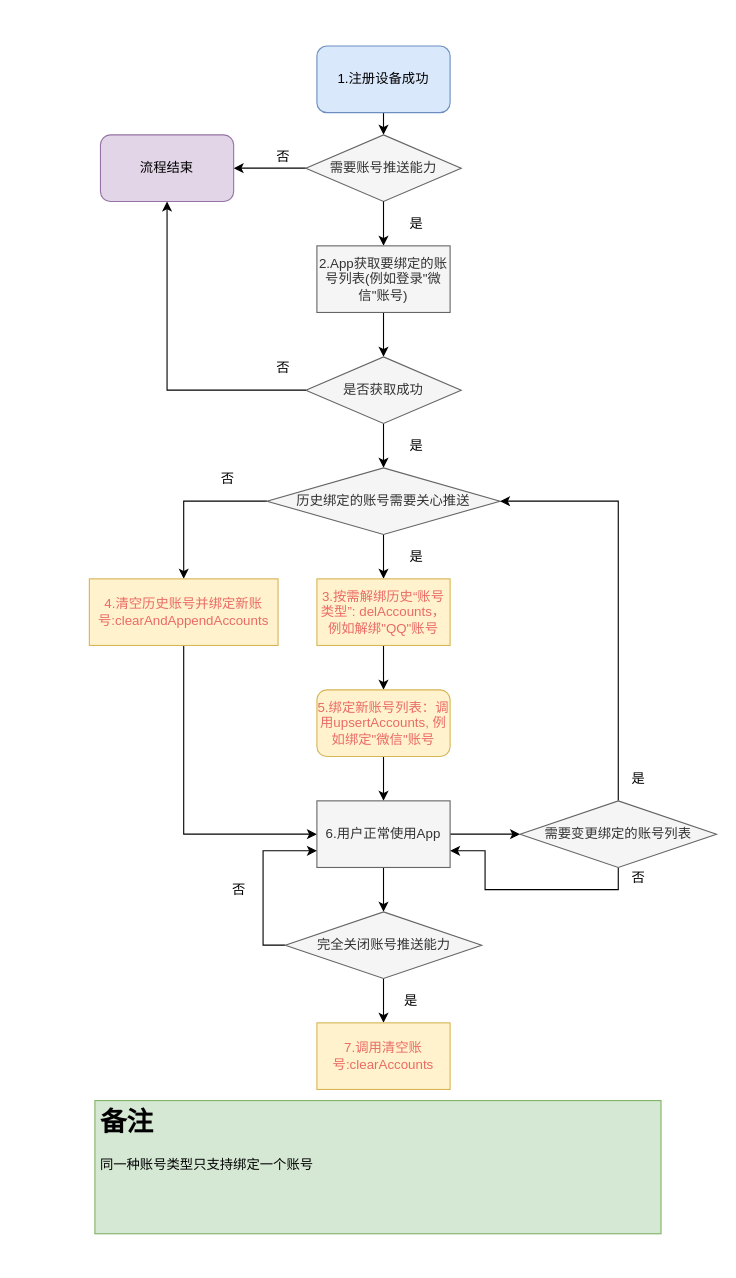
Before: account.drawio in muyanbiao/tpnsFlowChart, a draw.io diagram. Source tidied: cells renumbered, new cells numbered last; positions are measured from the earlier drawing's top-left corner, leaving out a move shared by most shapes. Both pictures are drawn from the tidied source at 111%, with x=0, y=0 at pixel (89, 46).
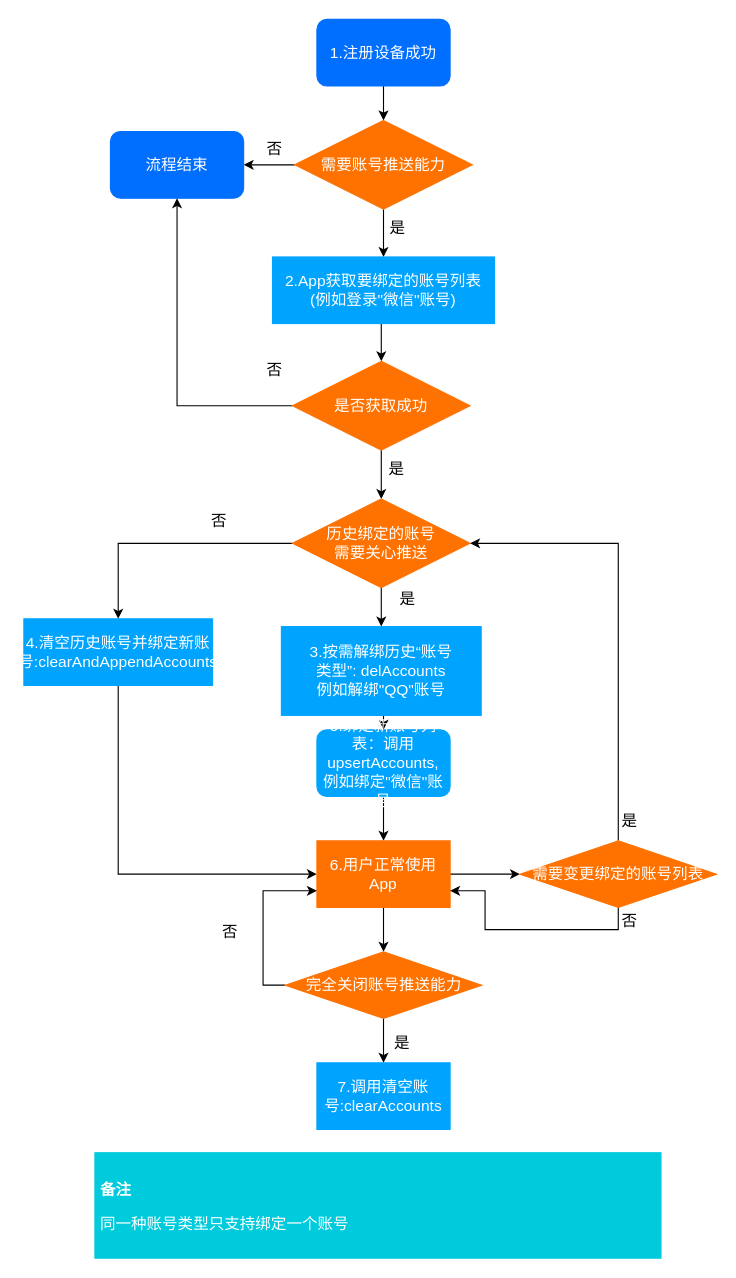
After the change.

Diff of the diagram source:
```diff
@@
-    <mxCell id="2" style="endArrow=classic;html=1;exitX=0.5;exitY=1;exitDx=0;exitDy=0;entryX=0.5;entryY=0;entryDx=0;entryDy=0;" parent="1" edge="1" source="3">
-      <mxGeometry relative="1" as="geometry">
-        <mxPoint x="265" y="80" as="targetPoint" />
-      </mxGeometry>
-    </mxCell>
+    <mxCell id="43" style="edgeStyle=orthogonalEdgeStyle;rounded=0;jettySize=auto;html=1;entryX=0.5;entryY=0;entryDx=0;entryDy=0;fontSize=14;fontColor=#FFFFFF;" parent="1" edge="1" source="3" target="6">
+      <mxGeometry relative="1" as="geometry" />
+    </mxCell>
-    <mxCell id="3" value="&lt;font face=&quot;helvetica&quot;&gt;1.注册设备成功&lt;/font&gt;" style="rounded=1;whiteSpace=wrap;html=1;fillColor=#dae8fc;strokeColor=#6c8ebf;" parent="1" vertex="1">
-      <mxGeometry x="205" width="120" height="60" as="geometry" />
+    <mxCell id="3" value="&lt;font face=&quot;helvetica&quot; style=&quot;font-size: 14px;&quot;&gt;1.注册设备成功&lt;/font&gt;" style="rounded=1;whiteSpace=wrap;html=1;fillColor=#006EFF;strokeColor=#006EFF;fontColor=#FFFFFF;fontSize=14;" parent="1" vertex="1">
+      <mxGeometry x="205" y="-24" width="120" height="60" as="geometry" />
     </mxCell>
-    <mxCell id="4" value="是" style="text;html=1;strokeColor=none;fillColor=none;align=center;verticalAlign=middle;whiteSpace=wrap;rounded=0;" parent="1" vertex="1">
-      <mxGeometry x="275" y="150" width="40" height="20" as="geometry" />
+    <mxCell id="4" value="是" style="text;html=1;strokeColor=none;fillColor=none;align=center;verticalAlign=middle;whiteSpace=wrap;rounded=0;fontSize=14;" parent="1" vertex="1">
+      <mxGeometry x="266" y="152" width="24" height="24" as="geometry" />
     </mxCell>
-    <mxCell id="5" style="edgeStyle=orthogonalEdgeStyle;rounded=0;jettySize=auto;html=1;exitX=0;exitY=0.5;exitDx=0;exitDy=0;entryX=1;entryY=0.5;entryDx=0;entryDy=0;" parent="1" edge="1" source="6" target="8">
+    <mxCell id="5" style="edgeStyle=orthogonalEdgeStyle;rounded=0;jettySize=auto;html=1;exitX=0;exitY=0.5;exitDx=0;exitDy=0;entryX=1;entryY=0.5;entryDx=0;entryDy=0;fontColor=#FFFFFF;fontSize=14;" parent="1" edge="1" source="6" target="8">
       <mxGeometry relative="1" as="geometry" />
     </mxCell>
+    <mxCell id="44" style="edgeStyle=orthogonalEdgeStyle;rounded=0;jettySize=auto;html=1;entryX=0.5;entryY=0;entryDx=0;entryDy=0;fontSize=14;fontColor=#FFFFFF;" parent="1" edge="1" source="6" target="11">
+      <mxGeometry relative="1" as="geometry" />
+    </mxCell>
-    <mxCell id="6" value="需要账号推送能力" style="rhombus;whiteSpace=wrap;html=1;fillColor=#f5f5f5;strokeColor=#666666;fontColor=#333333;" parent="1" vertex="1">
-      <mxGeometry x="195" y="80" width="140" height="60" as="geometry" />
+    <mxCell id="6" value="需要账号推送能力" style="rhombus;whiteSpace=wrap;html=1;fillColor=#FF7200;strokeColor=#FF7200;fontColor=#FFFFFF;fontSize=14;" parent="1" vertex="1">
+      <mxGeometry x="185" y="67" width="160" height="80" as="geometry" />
     </mxCell>
-    <mxCell id="7" style="edgeStyle=orthogonalEdgeStyle;rounded=0;jettySize=auto;html=1;exitX=0.5;exitY=1;exitDx=0;exitDy=0;" parent="1" edge="1" source="6">
-      <mxGeometry relative="1" as="geometry">
-        <mxPoint x="265" y="180" as="targetPoint" />
-      </mxGeometry>
-    </mxCell>
-    <mxCell id="8" value="&lt;font face=&quot;helvetica&quot;&gt;流程结束&lt;br&gt;&lt;/font&gt;" style="rounded=1;whiteSpace=wrap;html=1;fillColor=#e1d5e7;strokeColor=#9673a6;" parent="1" vertex="1">
-      <mxGeometry x="10" y="80" width="120" height="60" as="geometry" />
+    <mxCell id="8" value="&lt;font face=&quot;helvetica&quot; style=&quot;font-size: 14px;&quot;&gt;流程结束&lt;br style=&quot;font-size: 14px;&quot;&gt;&lt;/font&gt;" style="rounded=1;whiteSpace=wrap;html=1;fillColor=#006EFF;strokeColor=#006EFF;fontColor=#FFFFFF;fontSize=14;" parent="1" vertex="1">
+      <mxGeometry x="19" y="77" width="120" height="60" as="geometry" />
     </mxCell>
-    <mxCell id="9" value="否" style="text;html=1;strokeColor=none;fillColor=none;align=center;verticalAlign=middle;whiteSpace=wrap;rounded=0;" parent="1" vertex="1">
-      <mxGeometry x="155" y="90" width="40" height="20" as="geometry" />
+    <mxCell id="9" value="否" style="text;html=1;strokeColor=none;fillColor=none;align=center;verticalAlign=middle;whiteSpace=wrap;rounded=0;fontSize=14;" parent="1" vertex="1">
+      <mxGeometry x="155" y="81" width="24" height="24" as="geometry" />
     </mxCell>
-    <mxCell id="10" style="edgeStyle=orthogonalEdgeStyle;rounded=0;jettySize=auto;html=1;exitX=0.5;exitY=1;exitDx=0;exitDy=0;entryX=0.5;entryY=0;entryDx=0;entryDy=0;" parent="1" edge="1" source="11" target="13">
+    <mxCell id="10" style="edgeStyle=orthogonalEdgeStyle;rounded=0;jettySize=auto;html=1;exitX=0.5;exitY=1;exitDx=0;exitDy=0;entryX=0.5;entryY=0;entryDx=0;entryDy=0;fontColor=#FFFFFF;fontSize=14;" parent="1" edge="1" source="11" target="13">
       <mxGeometry relative="1" as="geometry" />
     </mxCell>
-    <mxCell id="11" value="&lt;font face=&quot;helvetica&quot;&gt;2.App获取要绑定的账号列表(例如登录&quot;微信&quot;账号)&lt;/font&gt;" style="rounded=0;whiteSpace=wrap;html=1;fillColor=#f5f5f5;strokeColor=#666666;fontColor=#333333;" parent="1" vertex="1">
-      <mxGeometry x="205" y="180" width="120" height="60" as="geometry" />
+    <mxCell id="11" value="&lt;font face=&quot;helvetica&quot; style=&quot;font-size: 14px&quot;&gt;2.App获取要绑定的账号列表&lt;br&gt;(例如登录&quot;微信&quot;账号)&lt;/font&gt;" style="rounded=0;whiteSpace=wrap;html=1;fillColor=#00A4FF;strokeColor=#00A4FF;fontColor=#FFFFFF;fontSize=14;" parent="1" vertex="1">
+      <mxGeometry x="165" y="190" width="200" height="60" as="geometry" />
     </mxCell>
-    <mxCell id="12" style="edgeStyle=orthogonalEdgeStyle;rounded=0;jettySize=auto;html=1;exitX=0.5;exitY=1;exitDx=0;exitDy=0;entryX=0.5;entryY=0;entryDx=0;entryDy=0;" parent="1" edge="1" source="13" target="17">
+    <mxCell id="12" style="edgeStyle=orthogonalEdgeStyle;rounded=0;jettySize=auto;html=1;exitX=0.5;exitY=1;exitDx=0;exitDy=0;entryX=0.5;entryY=0;entryDx=0;entryDy=0;fontColor=#FFFFFF;fontSize=14;" parent="1" edge="1" source="13" target="17">
       <mxGeometry relative="1" as="geometry" />
     </mxCell>
+    <mxCell id="41" style="edgeStyle=orthogonalEdgeStyle;rounded=0;jettySize=auto;html=1;entryX=0.5;entryY=1;entryDx=0;entryDy=0;fontSize=14;fontColor=#FFFFFF;" parent="1" edge="1" source="13" target="8">
+      <mxGeometry relative="1" as="geometry" />
+    </mxCell>
-    <mxCell id="13" value="是否获取成功" style="rhombus;whiteSpace=wrap;html=1;fillColor=#f5f5f5;strokeColor=#666666;fontColor=#333333;" parent="1" vertex="1">
-      <mxGeometry x="195" y="280" width="140" height="60" as="geometry" />
+    <mxCell id="13" value="是否获取成功" style="rhombus;whiteSpace=wrap;html=1;fillColor=#FF7200;strokeColor=#FF7200;fontColor=#FFFFFF;fontSize=14;" parent="1" vertex="1">
+      <mxGeometry x="183" y="284" width="160" height="80" as="geometry" />
     </mxCell>
-    <mxCell id="14" value="否" style="text;html=1;strokeColor=none;fillColor=none;align=center;verticalAlign=middle;whiteSpace=wrap;rounded=0;" parent="1" vertex="1">
-      <mxGeometry x="155" y="280" width="40" height="20" as="geometry" />
+    <mxCell id="14" value="否" style="text;html=1;strokeColor=none;fillColor=none;align=center;verticalAlign=middle;whiteSpace=wrap;rounded=0;fontSize=14;" parent="1" vertex="1">
+      <mxGeometry x="155" y="280" width="24" height="24" as="geometry" />
     </mxCell>
+    <mxCell id="16" style="edgeStyle=orthogonalEdgeStyle;rounded=0;jettySize=auto;html=1;exitX=0;exitY=0.5;exitDx=0;exitDy=0;entryX=0.5;entryY=0;entryDx=0;entryDy=0;fontColor=#FFFFFF;fontSize=14;" parent="1" edge="1" source="17" target="25">
+      <mxGeometry relative="1" as="geometry" />
+    </mxCell>
-    <mxCell id="15" style="edgeStyle=orthogonalEdgeStyle;rounded=0;jettySize=auto;html=1;exitX=0.5;exitY=1;exitDx=0;exitDy=0;entryX=0.5;entryY=0;entryDx=0;entryDy=0;" parent="1" edge="1" source="17" target="20">
+    <mxCell id="15" style="edgeStyle=orthogonalEdgeStyle;rounded=0;jettySize=auto;html=1;entryX=0.5;entryY=0;entryDx=0;entryDy=0;fontSize=14;fontColor=#FFFFFF;" parent="1" edge="1" source="17" target="20">
       <mxGeometry relative="1" as="geometry" />
     </mxCell>
-    <mxCell id="16" style="edgeStyle=orthogonalEdgeStyle;rounded=0;jettySize=auto;html=1;exitX=0;exitY=0.5;exitDx=0;exitDy=0;entryX=0.5;entryY=0;entryDx=0;entryDy=0;" parent="1" edge="1" source="17" target="25">
-      <mxGeometry relative="1" as="geometry" />
-    </mxCell>
-    <mxCell id="17" value="历史绑定的账号需要关心推送" style="rhombus;whiteSpace=wrap;html=1;fillColor=#f5f5f5;strokeColor=#666666;fontColor=#333333;" parent="1" vertex="1">
-      <mxGeometry x="160" y="380" width="210" height="60" as="geometry" />
+    <mxCell id="17" value="历史绑定的账号&lt;br&gt;需要关心推送" style="rhombus;whiteSpace=wrap;html=1;fillColor=#FF7200;strokeColor=#FF7200;fontColor=#FFFFFF;fontSize=14;" parent="1" vertex="1">
+      <mxGeometry x="183" y="408" width="160" height="80" as="geometry" />
     </mxCell>
-    <mxCell id="18" value="是" style="text;html=1;strokeColor=none;fillColor=none;align=center;verticalAlign=middle;whiteSpace=wrap;rounded=0;" parent="1" vertex="1">
-      <mxGeometry x="275" y="350" width="40" height="20" as="geometry" />
+    <mxCell id="18" value="是" style="text;html=1;strokeColor=none;fillColor=none;align=center;verticalAlign=middle;whiteSpace=wrap;rounded=0;fontSize=14;" parent="1" vertex="1">
+      <mxGeometry x="265" y="369" width="24" height="24" as="geometry" />
     </mxCell>
-    <mxCell id="19" style="edgeStyle=orthogonalEdgeStyle;rounded=0;jettySize=auto;html=1;exitX=0.5;exitY=1;exitDx=0;exitDy=0;entryX=0.5;entryY=0;entryDx=0;entryDy=0;" parent="1" edge="1" source="20" target="22">
+    <mxCell id="19" style="edgeStyle=orthogonalEdgeStyle;rounded=0;jettySize=auto;html=1;exitX=0.5;exitY=1;exitDx=0;exitDy=0;entryX=0.5;entryY=0;entryDx=0;entryDy=0;fontColor=#FFFFFF;fontSize=14;" parent="1" edge="1" source="20" target="22">
       <mxGeometry relative="1" as="geometry" />
     </mxCell>
-    <mxCell id="20" value="&lt;font color=&quot;#ea6b66&quot;&gt;&lt;font face=&quot;helvetica&quot;&gt;3.按需解绑历史“账号类型”:&amp;nbsp;&lt;/font&gt;&lt;span style=&quot;font-family: &amp;#34;helvetica&amp;#34;&quot;&gt;delAccounts，例如解绑&quot;QQ&quot;账号&lt;/span&gt;&lt;/font&gt;" style="rounded=0;whiteSpace=wrap;html=1;fillColor=#fff2cc;strokeColor=#d6b656;" parent="1" vertex="1">
-      <mxGeometry x="205" y="480" width="120" height="60" as="geometry" />
+    <mxCell id="20" value="&lt;font style=&quot;font-size: 14px&quot;&gt;&lt;font face=&quot;helvetica&quot; style=&quot;font-size: 14px&quot;&gt;3.按需解绑历史“账号&lt;br&gt;类型”:&amp;nbsp;&lt;/font&gt;&lt;span style=&quot;font-family: &amp;#34;helvetica&amp;#34; ; font-size: 14px&quot;&gt;delAccounts&lt;br&gt;例如解绑&quot;QQ&quot;账号&lt;/span&gt;&lt;/font&gt;" style="rounded=0;whiteSpace=wrap;html=1;fillColor=#00A4FF;strokeColor=#00A4FF;fontColor=#FFFFFF;fontSize=14;" parent="1" vertex="1">
+      <mxGeometry x="173" y="523" width="180" height="80" as="geometry" />
     </mxCell>
-    <mxCell id="21" style="edgeStyle=orthogonalEdgeStyle;rounded=0;jettySize=auto;html=1;exitX=0.5;exitY=1;exitDx=0;exitDy=0;entryX=0.5;entryY=0;entryDx=0;entryDy=0;" parent="1" edge="1" source="22" target="29">
+    <mxCell id="21" style="edgeStyle=orthogonalEdgeStyle;rounded=0;jettySize=auto;html=1;exitX=0.5;exitY=1;exitDx=0;exitDy=0;entryX=0.5;entryY=0;entryDx=0;entryDy=0;fontColor=#FFFFFF;fontSize=14;" parent="1" edge="1" source="22" target="29">
       <mxGeometry relative="1" as="geometry" />
     </mxCell>
-    <mxCell id="22" value="&lt;font color=&quot;#ea6b66&quot;&gt;&lt;font face=&quot;helvetica&quot;&gt;5.绑定新账号列表：调用&lt;/font&gt;&lt;span style=&quot;font-family: &amp;#34;helvetica&amp;#34;&quot;&gt;upsertAccounts, 例如绑定&quot;微信&quot;账号&lt;/span&gt;&lt;/font&gt;" style="rounded=1;whiteSpace=wrap;html=1;fillColor=#fff2cc;strokeColor=#d6b656;" parent="1" vertex="1">
-      <mxGeometry x="205" y="580" width="120" height="60" as="geometry" />
+    <mxCell id="22" value="&lt;font style=&quot;font-size: 14px;&quot;&gt;&lt;font face=&quot;helvetica&quot; style=&quot;font-size: 14px;&quot;&gt;5.绑定新账号列表：调用&lt;/font&gt;&lt;span style=&quot;font-family: helvetica; font-size: 14px;&quot;&gt;upsertAccounts, 例如绑定&quot;微信&quot;账号&lt;/span&gt;&lt;/font&gt;" style="rounded=1;whiteSpace=wrap;html=1;fillColor=#00A4FF;strokeColor=#00A4FF;fontColor=#FFFFFF;fontSize=14;" parent="1" vertex="1">
+      <mxGeometry x="205" y="616" width="120" height="60" as="geometry" />
     </mxCell>
-    <mxCell id="23" value="是" style="text;html=1;strokeColor=none;fillColor=none;align=center;verticalAlign=middle;whiteSpace=wrap;rounded=0;" parent="1" vertex="1">
-      <mxGeometry x="275" y="450" width="40" height="20" as="geometry" />
+    <mxCell id="23" value="是" style="text;html=1;strokeColor=none;fillColor=none;align=center;verticalAlign=middle;whiteSpace=wrap;rounded=0;fontSize=14;" parent="1" vertex="1">
+      <mxGeometry x="275" y="486" width="24" height="24" as="geometry" />
     </mxCell>
-    <mxCell id="24" style="edgeStyle=orthogonalEdgeStyle;rounded=0;jettySize=auto;html=1;exitX=0.5;exitY=1;exitDx=0;exitDy=0;entryX=0;entryY=0.5;entryDx=0;entryDy=0;" parent="1" edge="1" source="25" target="29">
+    <mxCell id="24" style="edgeStyle=orthogonalEdgeStyle;rounded=0;jettySize=auto;html=1;exitX=0.5;exitY=1;exitDx=0;exitDy=0;entryX=0;entryY=0.5;entryDx=0;entryDy=0;fontColor=#FFFFFF;fontSize=14;" parent="1" edge="1" source="25" target="29">
       <mxGeometry relative="1" as="geometry" />
     </mxCell>
-    <mxCell id="25" value="&lt;font face=&quot;helvetica&quot; color=&quot;#ea6b66&quot;&gt;4.清空历史账号并绑定新账号:clearAndAppendAccounts&lt;/font&gt;" style="rounded=0;whiteSpace=wrap;html=1;fillColor=#fff2cc;strokeColor=#d6b656;" parent="1" vertex="1">
-      <mxGeometry y="480" width="170" height="60" as="geometry" />
+    <mxCell id="25" value="&lt;font face=&quot;helvetica&quot; style=&quot;font-size: 14px;&quot;&gt;4.清空历史账号并绑定新账号:clearAndAppendAccounts&lt;/font&gt;" style="rounded=0;whiteSpace=wrap;html=1;fillColor=#00A4FF;strokeColor=#00A4FF;fontColor=#FFFFFF;fontSize=14;" parent="1" vertex="1">
+      <mxGeometry x="-59" y="516" width="170" height="60" as="geometry" />
     </mxCell>
-    <mxCell id="26" value="否" style="text;html=1;strokeColor=none;fillColor=none;align=center;verticalAlign=middle;whiteSpace=wrap;rounded=0;" parent="1" vertex="1">
-      <mxGeometry x="105" y="380" width="40" height="20" as="geometry" />
+    <mxCell id="26" value="否" style="text;html=1;strokeColor=none;fillColor=none;align=center;verticalAlign=middle;whiteSpace=wrap;rounded=0;fontSize=14;" parent="1" vertex="1">
+      <mxGeometry x="105" y="416" width="24" height="24" as="geometry" />
     </mxCell>
-    <mxCell id="27" style="edgeStyle=orthogonalEdgeStyle;rounded=0;jettySize=auto;html=1;exitX=1;exitY=0.5;exitDx=0;exitDy=0;entryX=0;entryY=0.5;entryDx=0;entryDy=0;" parent="1" edge="1" source="29" target="32">
+    <mxCell id="27" style="edgeStyle=orthogonalEdgeStyle;rounded=0;jettySize=auto;html=1;exitX=1;exitY=0.5;exitDx=0;exitDy=0;entryX=0;entryY=0.5;entryDx=0;entryDy=0;fontColor=#FFFFFF;fontSize=14;" parent="1" edge="1" source="29" target="32">
       <mxGeometry relative="1" as="geometry" />
     </mxCell>
-    <mxCell id="28" style="edgeStyle=orthogonalEdgeStyle;rounded=0;jettySize=auto;html=1;exitX=0.5;exitY=1;exitDx=0;exitDy=0;entryX=0.5;entryY=0;entryDx=0;entryDy=0;" parent="1" edge="1" source="29" target="37">
+    <mxCell id="28" style="edgeStyle=orthogonalEdgeStyle;rounded=0;jettySize=auto;html=1;exitX=0.5;exitY=1;exitDx=0;exitDy=0;entryX=0.5;entryY=0;entryDx=0;entryDy=0;fontColor=#FFFFFF;fontSize=14;" parent="1" edge="1" source="29" target="37">
       <mxGeometry relative="1" as="geometry" />
     </mxCell>
-    <mxCell id="29" value="&lt;font face=&quot;helvetica&quot;&gt;6.用户正常使用App&lt;br&gt;&lt;/font&gt;" style="rounded=0;whiteSpace=wrap;html=1;fillColor=#f5f5f5;strokeColor=#666666;fontColor=#333333;" parent="1" vertex="1">
-      <mxGeometry x="205" y="680" width="120" height="60" as="geometry" />
+    <mxCell id="29" value="&lt;font face=&quot;helvetica&quot; style=&quot;font-size: 14px;&quot;&gt;6.用户正常使用App&lt;br style=&quot;font-size: 14px;&quot;&gt;&lt;/font&gt;" style="rounded=0;whiteSpace=wrap;html=1;fillColor=#FF7200;strokeColor=#FF7200;fontColor=#FFFFFF;fontSize=14;" parent="1" vertex="1">
+      <mxGeometry x="205" y="716" width="120" height="60" as="geometry" />
     </mxCell>
-    <mxCell id="30" style="edgeStyle=orthogonalEdgeStyle;rounded=0;jettySize=auto;html=1;exitX=0.5;exitY=0;exitDx=0;exitDy=0;entryX=1;entryY=0.5;entryDx=0;entryDy=0;" parent="1" edge="1" source="32" target="17">
+    <mxCell id="30" style="edgeStyle=orthogonalEdgeStyle;rounded=0;jettySize=auto;html=1;exitX=0.5;exitY=0;exitDx=0;exitDy=0;entryX=1;entryY=0.5;entryDx=0;entryDy=0;fontColor=#FFFFFF;fontSize=14;" parent="1" edge="1" source="32" target="17">
       <mxGeometry relative="1" as="geometry" />
     </mxCell>
-    <mxCell id="31" style="edgeStyle=orthogonalEdgeStyle;rounded=0;jettySize=auto;html=1;exitX=0.5;exitY=1;exitDx=0;exitDy=0;entryX=1;entryY=0.75;entryDx=0;entryDy=0;" parent="1" edge="1" source="32" target="29">
+    <mxCell id="31" style="edgeStyle=orthogonalEdgeStyle;rounded=0;jettySize=auto;html=1;exitX=0.5;exitY=1;exitDx=0;exitDy=0;entryX=1;entryY=0.75;entryDx=0;entryDy=0;fontColor=#FFFFFF;fontSize=14;" parent="1" edge="1" source="32" target="29">
       <mxGeometry relative="1" as="geometry" />
     </mxCell>
-    <mxCell id="32" value="需要变更绑定的账号列表" style="rhombus;whiteSpace=wrap;html=1;fillColor=#f5f5f5;strokeColor=#666666;fontColor=#333333;" parent="1" vertex="1">
-      <mxGeometry x="388" y="680" width="177" height="60" as="geometry" />
+    <mxCell id="32" value="需要变更绑定的账号列表" style="rhombus;whiteSpace=wrap;html=1;fillColor=#FF7200;strokeColor=#FF7200;fontColor=#FFFFFF;fontSize=14;" parent="1" vertex="1">
+      <mxGeometry x="388" y="716" width="177" height="60" as="geometry" />
     </mxCell>
-    <mxCell id="33" value="是" style="text;html=1;strokeColor=none;fillColor=none;align=center;verticalAlign=middle;whiteSpace=wrap;rounded=0;" parent="1" vertex="1">
-      <mxGeometry x="475" y="650" width="40" height="20" as="geometry" />
+    <mxCell id="33" value="是" style="text;html=1;strokeColor=none;fillColor=none;align=center;verticalAlign=middle;whiteSpace=wrap;rounded=0;fontSize=14;" parent="1" vertex="1">
+      <mxGeometry x="475" y="686" width="24" height="24" as="geometry" />
     </mxCell>
-    <mxCell id="34" value="否" style="text;html=1;strokeColor=none;fillColor=none;align=center;verticalAlign=middle;whiteSpace=wrap;rounded=0;" parent="1" vertex="1">
-      <mxGeometry x="475" y="740" width="40" height="20" as="geometry" />
+    <mxCell id="34" value="否" style="text;html=1;strokeColor=none;fillColor=none;align=center;verticalAlign=middle;whiteSpace=wrap;rounded=0;fontSize=14;" parent="1" vertex="1">
+      <mxGeometry x="475" y="776" width="24" height="24" as="geometry" />
     </mxCell>
-    <mxCell id="35" style="edgeStyle=orthogonalEdgeStyle;rounded=0;jettySize=auto;html=1;exitX=0.5;exitY=1;exitDx=0;exitDy=0;entryX=0.5;entryY=0;entryDx=0;entryDy=0;" parent="1" edge="1" source="37" target="38">
+    <mxCell id="35" style="edgeStyle=orthogonalEdgeStyle;rounded=0;jettySize=auto;html=1;exitX=0.5;exitY=1;exitDx=0;exitDy=0;entryX=0.5;entryY=0;entryDx=0;entryDy=0;fontColor=#FFFFFF;fontSize=14;" parent="1" edge="1" source="37" target="38">
       <mxGeometry relative="1" as="geometry" />
     </mxCell>
-    <mxCell id="36" style="edgeStyle=orthogonalEdgeStyle;rounded=0;jettySize=auto;html=1;exitX=0;exitY=0.5;exitDx=0;exitDy=0;entryX=0;entryY=0.75;entryDx=0;entryDy=0;" parent="1" edge="1" source="37" target="29">
+    <mxCell id="36" style="edgeStyle=orthogonalEdgeStyle;rounded=0;jettySize=auto;html=1;exitX=0;exitY=0.5;exitDx=0;exitDy=0;entryX=0;entryY=0.75;entryDx=0;entryDy=0;fontColor=#FFFFFF;fontSize=14;" parent="1" edge="1" source="37" target="29">
       <mxGeometry relative="1" as="geometry" />
     </mxCell>
-    <mxCell id="37" value="完全关闭账号推送能力" style="rhombus;whiteSpace=wrap;html=1;fillColor=#f5f5f5;strokeColor=#666666;fontColor=#333333;" parent="1" vertex="1">
-      <mxGeometry x="176.5" y="780" width="177" height="60" as="geometry" />
+    <mxCell id="37" value="完全关闭账号推送能力" style="rhombus;whiteSpace=wrap;html=1;fillColor=#FF7200;strokeColor=#FF7200;fontColor=#FFFFFF;fontSize=14;" parent="1" vertex="1">
+      <mxGeometry x="176.5" y="816" width="177" height="60" as="geometry" />
     </mxCell>
-    <mxCell id="38" value="&lt;font face=&quot;helvetica&quot;&gt;&lt;font color=&quot;#ea6b66&quot;&gt;7.调用清空账号:clearAccounts&lt;/font&gt;&lt;br&gt;&lt;/font&gt;" style="rounded=0;whiteSpace=wrap;html=1;fillColor=#fff2cc;strokeColor=#d6b656;" parent="1" vertex="1">
-      <mxGeometry x="205" y="880" width="120" height="60" as="geometry" />
+    <mxCell id="38" value="&lt;font face=&quot;helvetica&quot; style=&quot;font-size: 14px;&quot;&gt;&lt;font style=&quot;font-size: 14px;&quot;&gt;7.调用清空账号:clearAccounts&lt;/font&gt;&lt;br style=&quot;font-size: 14px;&quot;&gt;&lt;/font&gt;" style="rounded=0;whiteSpace=wrap;html=1;fillColor=#00A4FF;strokeColor=#00A4FF;fontColor=#FFFFFF;fontSize=14;" parent="1" vertex="1">
+      <mxGeometry x="205" y="916" width="120" height="60" as="geometry" />
     </mxCell>
-    <mxCell id="39" value="是" style="text;html=1;strokeColor=none;fillColor=none;align=center;verticalAlign=middle;whiteSpace=wrap;rounded=0;" parent="1" vertex="1">
-      <mxGeometry x="270" y="850" width="40" height="20" as="geometry" />
+    <mxCell id="39" value="是" style="text;html=1;strokeColor=none;fillColor=none;align=center;verticalAlign=middle;whiteSpace=wrap;rounded=0;fontSize=14;" parent="1" vertex="1">
+      <mxGeometry x="270" y="886" width="24" height="24" as="geometry" />
     </mxCell>
-    <mxCell id="40" value="否" style="text;html=1;strokeColor=none;fillColor=none;align=center;verticalAlign=middle;whiteSpace=wrap;rounded=0;" parent="1" vertex="1">
-      <mxGeometry x="115" y="750" width="40" height="20" as="geometry" />
+    <mxCell id="40" value="否" style="text;html=1;strokeColor=none;fillColor=none;align=center;verticalAlign=middle;whiteSpace=wrap;rounded=0;fontSize=14;" parent="1" vertex="1">
+      <mxGeometry x="115" y="786" width="24" height="24" as="geometry" />
     </mxCell>
-    <mxCell id="41" style="edgeStyle=orthogonalEdgeStyle;rounded=0;jettySize=auto;html=1;entryX=0.5;entryY=1;entryDx=0;entryDy=0;exitX=0;exitY=0.5;exitDx=0;exitDy=0;" parent="1" edge="1" source="13" target="8">
-      <mxGeometry relative="1" as="geometry">
-        <Array as="points">
-          <mxPoint x="70" y="310" />
-        </Array>
-      </mxGeometry>
-    </mxCell>
-    <mxCell id="42" value="&lt;h1&gt;备注&lt;/h1&gt;&lt;p&gt;同一种账号类型只支持绑定一个账号&lt;br&gt;&lt;/p&gt;" style="text;html=1;strokeColor=#82b366;spacing=5;spacingTop=-20;whiteSpace=wrap;overflow=hidden;rounded=0;fillColor=#d5e8d4;" parent="1" vertex="1">
-      <mxGeometry x="5" y="950" width="510" height="120" as="geometry" />
+    <mxCell id="42" value="&lt;h1 style=&quot;font-size: 14px&quot;&gt;&lt;br&gt;&lt;/h1&gt;&lt;h1 style=&quot;font-size: 14px&quot;&gt;备注&lt;/h1&gt;&lt;p style=&quot;font-size: 14px&quot;&gt;同一种账号类型只支持绑定一个账号&lt;br style=&quot;font-size: 14px&quot;&gt;&lt;/p&gt;" style="text;html=1;spacing=5;spacingTop=-20;whiteSpace=wrap;overflow=hidden;rounded=0;fillColor=#00CBDC;strokeColor=#00CBDC;fontColor=#FFFFFF;fontSize=14;" parent="1" vertex="1">
+      <mxGeometry x="5" y="997" width="510" height="95" as="geometry" />
     </mxCell>
```
